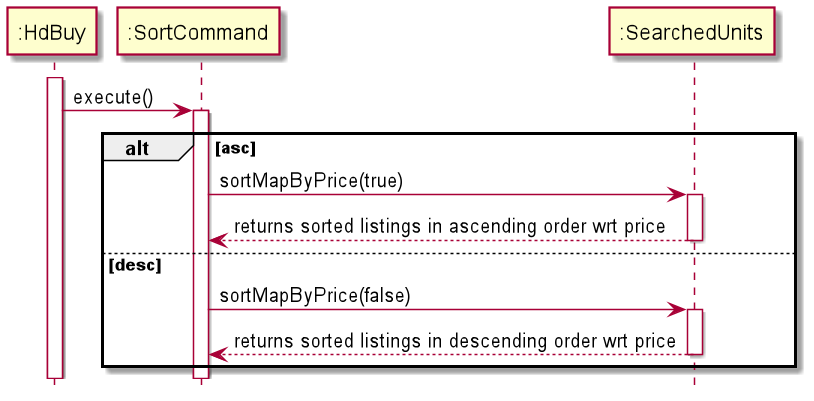
nus-cs2113-AY2021S1/tp keeps this PlantUML diagram as docs/diagrams/SortCommand.png. Above is the earlier version.
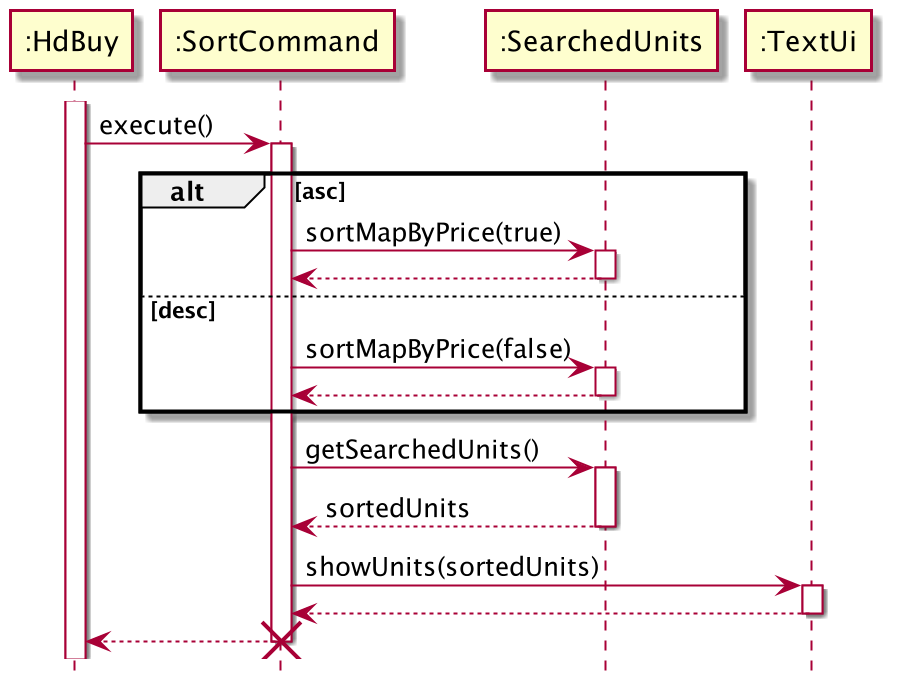
The same file after the commit.

Commit message:
Resize diagrams

Diff of the diagram source:
```diff
@@ -6,13 +6,22 @@
         alt asc
             ":SortCommand" -> ":SearchedUnits": sortMapByPrice(true)
             activate ":SearchedUnits"
-            ":SortCommand" <-- ":SearchedUnits": returns sorted listings in ascending order wrt price
+            ":SortCommand" <-- ":SearchedUnits":
             deactivate ":SearchedUnits"
         else desc
             ":SortCommand" -> ":SearchedUnits": sortMapByPrice(false)
             activate ":SearchedUnits"
-            ":SortCommand" <-- ":SearchedUnits": returns sorted listings in descending order wrt price
+            ":SortCommand" <-- ":SearchedUnits" :
             deactivate ":SearchedUnits"
-
         end
+        ":SortCommand" -> ":SearchedUnits": getSearchedUnits()
+        activate ":SearchedUnits"
+        ":SortCommand" <-- ":SearchedUnits" : sortedUnits
+        deactivate ":SearchedUnits"
+        ":SortCommand" -> ":TextUi": showUnits(sortedUnits)
+        activate ":TextUi"
+        ":SortCommand" <-- ":TextUi" :
+        deactivate ":TextUi"
+        ":HdBuy" <--  ":SortCommand"
+        destroy ":SortCommand"
 @enduml
```
